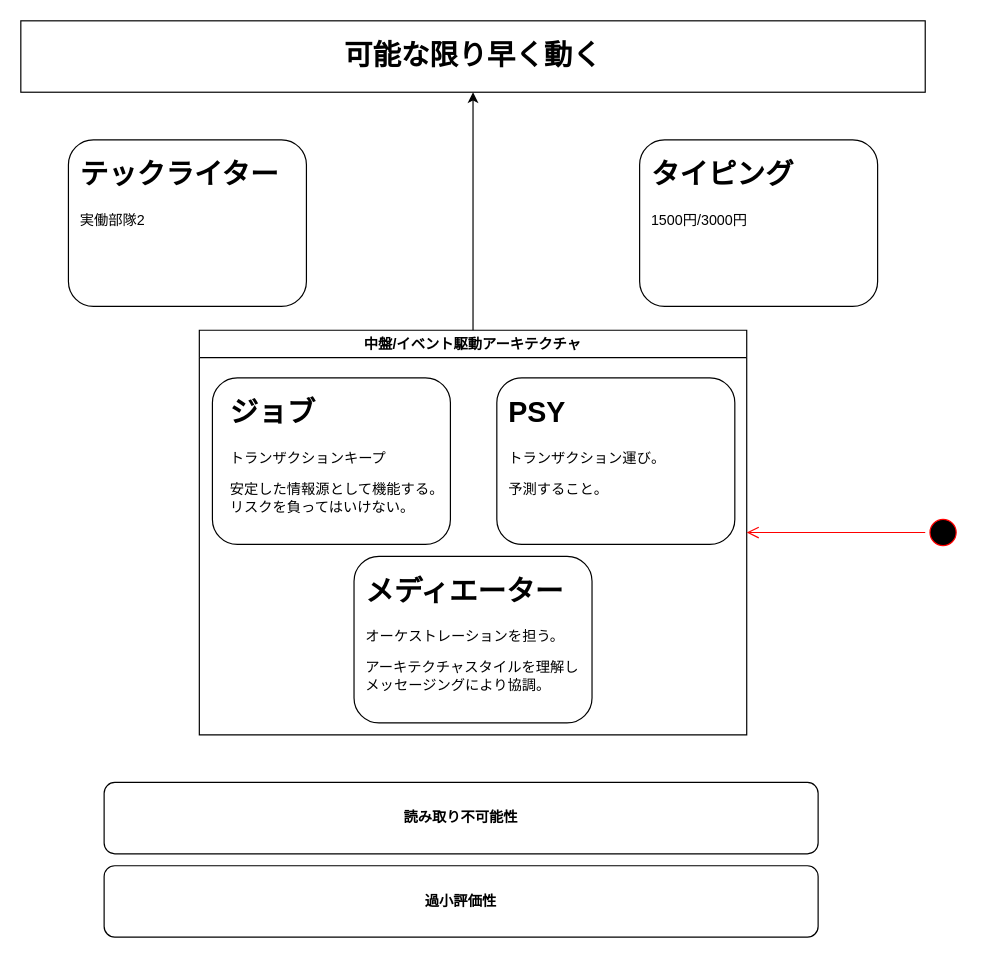
The draw.io diagram page "ページ3" (3 of 4) of 名称未設定ファイル.drawio in minegishirei/draw_v1, before the edit. Source tidied: cells renumbered, new cells numbered last; positions are measured from the earlier drawing's top-left corner, leaving out a move shared by most shapes. Both pictures are drawn from the tidied source at 119%, with x=0, y=0 at pixel (20, 20).
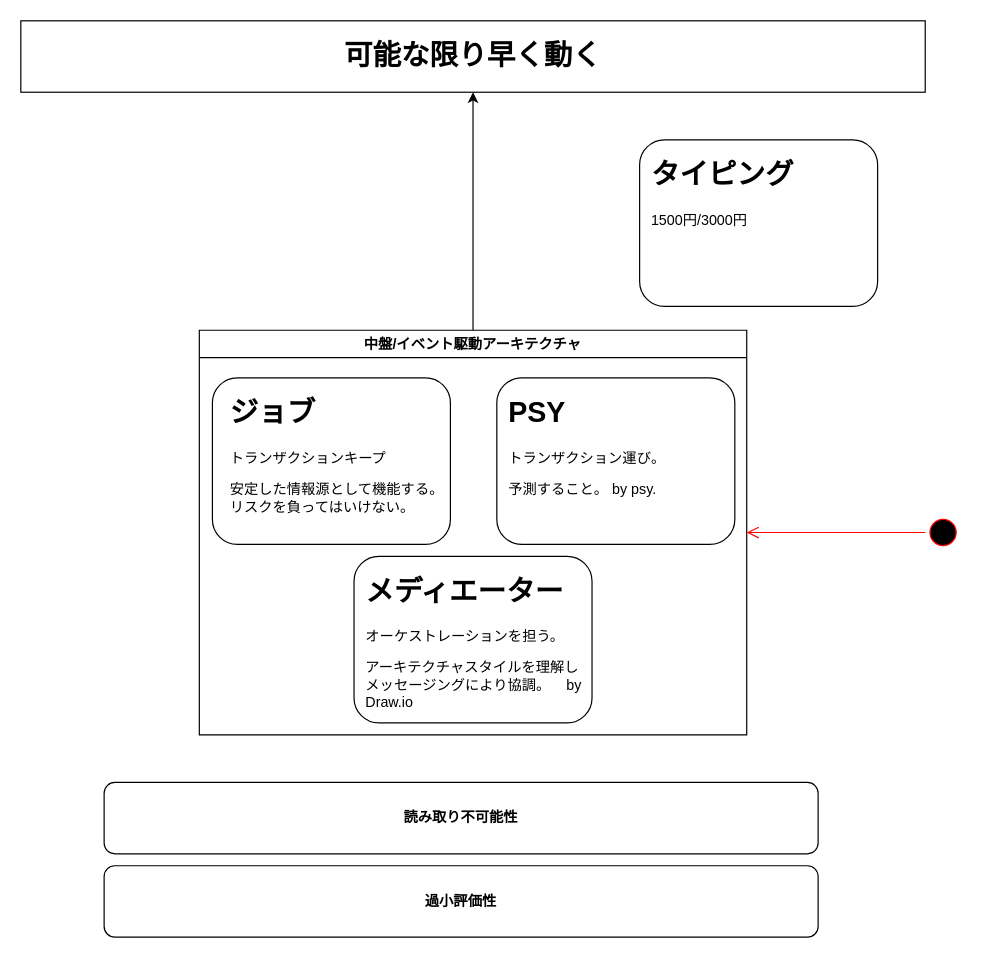
After the change.

Commit message:
名称未設定ファイル.drawio を更新します

Unchanged cells that the change refers to:
```xml
<mxCell id="2" style="group;" parent="1" vertex="1">
  <mxGeometry x="280" y="450" width="210" height="140" as="geometry" />
</mxCell>
<mxCell id="5" style="group;" parent="1" vertex="1">
  <mxGeometry x="400" y="300" width="200" height="140" as="geometry" />
</mxCell>
```

What changed in the source:
```diff
@@
-    <mxCell id="4" value="&lt;h1&gt;メディエーター&lt;/h1&gt;&lt;p&gt;オーケストレーションを担う。&lt;/p&gt;&lt;p&gt;アーキテクチャスタイルを理解しメッセージングにより協調。&lt;/p&gt;" style="text;html=1;strokeColor=none;fillColor=none;spacing=5;spacingTop=-20;whiteSpace=wrap;overflow=hidden;rounded=0;" parent="2" vertex="1">
+    <mxCell id="4" value="&lt;h1&gt;メディエーター&lt;/h1&gt;&lt;p&gt;オーケストレーションを担う。&lt;/p&gt;&lt;p&gt;アーキテクチャスタイルを理解しメッセージングにより協調。&amp;nbsp; &amp;nbsp; by Draw.io&lt;/p&gt;" style="text;html=1;strokeColor=none;fillColor=none;spacing=5;spacingTop=-20;whiteSpace=wrap;overflow=hidden;rounded=0;" parent="2" vertex="1">
       <mxGeometry x="5" y="10" width="190" height="120" as="geometry" />
     </mxCell>
@@
-    <mxCell id="7" value="&lt;h1&gt;PSY&lt;/h1&gt;&lt;p&gt;&lt;span style=&quot;background-color: initial;&quot;&gt;トランザクション運び。&lt;/span&gt;&lt;br&gt;&lt;/p&gt;&lt;p&gt;予測すること。&lt;/p&gt;" style="text;html=1;strokeColor=none;fillColor=none;spacing=5;spacingTop=-20;whiteSpace=wrap;overflow=hidden;rounded=0;" parent="5" vertex="1">
+    <mxCell id="7" value="&lt;h1&gt;PSY&lt;/h1&gt;&lt;p&gt;&lt;span style=&quot;background-color: initial;&quot;&gt;トランザクション運び。&lt;/span&gt;&lt;br&gt;&lt;/p&gt;&lt;p&gt;予測すること。 by psy.&lt;/p&gt;" style="text;html=1;strokeColor=none;fillColor=none;spacing=5;spacingTop=-20;whiteSpace=wrap;overflow=hidden;rounded=0;" parent="5" vertex="1">
       <mxGeometry x="5" y="10" width="190" height="120" as="geometry" />
     </mxCell>
@@
-    <mxCell id="19" style="group;" parent="1" vertex="1">
-      <mxGeometry x="40" y="100" width="200" height="140" as="geometry" />
-    </mxCell>
-    <mxCell id="20" style="rounded=1;whiteSpace=wrap;html=1;" parent="19" vertex="1">
-      <mxGeometry width="200" height="140" as="geometry" />
-    </mxCell>
-    <mxCell id="21" value="&lt;h1&gt;テックライター&lt;/h1&gt;&lt;p&gt;実働部隊2&lt;/p&gt;" style="text;html=1;strokeColor=none;fillColor=none;spacing=5;spacingTop=-20;whiteSpace=wrap;overflow=hidden;rounded=0;" parent="19" vertex="1">
-      <mxGeometry x="5" y="10" width="190" height="120" as="geometry" />
-    </mxCell>
```
